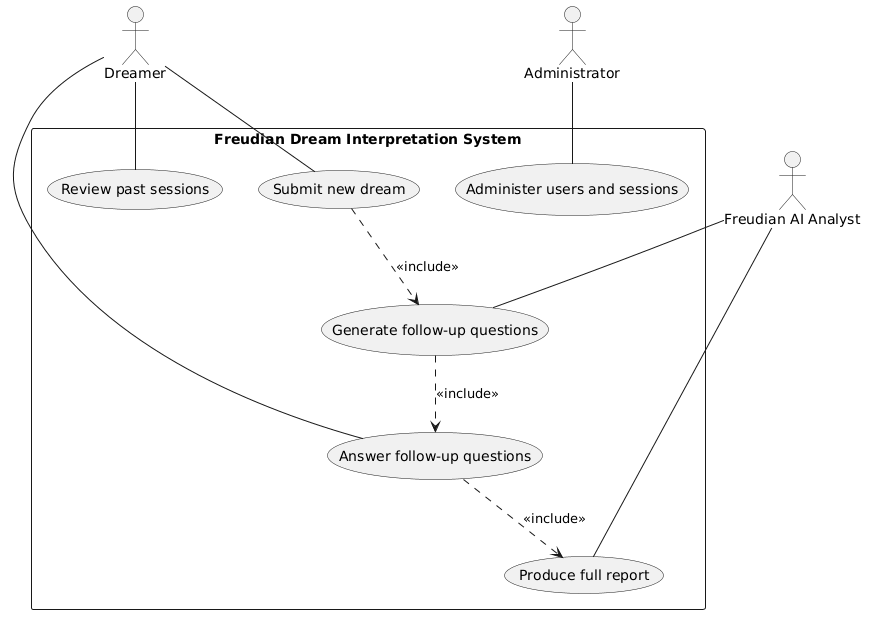
Earlier version of the PlantUML export artifacts/artifacts/diagrams/use_case_diagram.png (wenda-qi24/dts114CW).
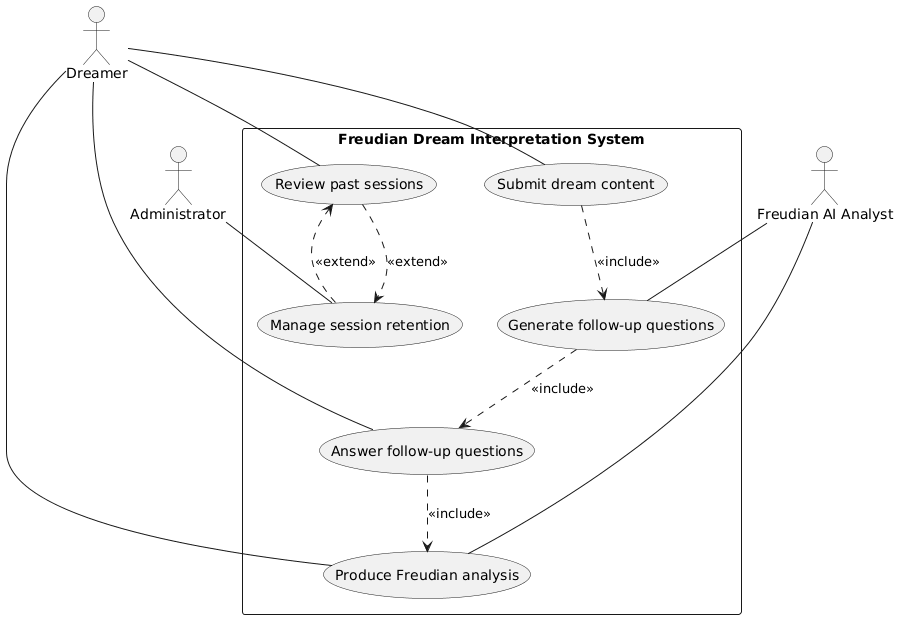
The same file after the commit.

What changed in the source:
```diff
@@ -4,24 +4,28 @@
 actor Administrator
 
 rectangle "Freudian Dream Interpretation System" {
-  usecase "Submit new dream" as SubmitNewDream
-  usecase "Generate follow-up questions" as GenerateFollowUpQuestions
-  usecase "Answer follow-up questions" as AnswerFollowUpQuestions
-  usecase "Produce full report" as ProduceFullReport
-  usecase "Review past sessions" as ReviewPastSessions
-  usecase "Administer users and sessions" as AdministerUsersAndSessions
+  usecase "Submit dream content" as SubmitDream
+  usecase "Generate follow-up questions" as GenerateQuestions
+  usecase "Answer follow-up questions" as AnswerQuestions
+  usecase "Produce Freudian analysis" as ProduceAnalysis
+  usecase "Review past sessions" as ReviewSessions
+  usecase "Manage session retention" as ManageRetention
 }
 
-Dreamer -- SubmitNewDream
-Dreamer -- AnswerFollowUpQuestions
-Dreamer -- ReviewPastSessions
+Dreamer -- SubmitDream
+Dreamer -- AnswerQuestions
+Dreamer -- ProduceAnalysis
+Dreamer -- ReviewSessions
 
-FreudianAIAnalyst -- GenerateFollowUpQuestions
-FreudianAIAnalyst -- ProduceFullReport
+FreudianAIAnalyst -- GenerateQuestions
+FreudianAIAnalyst -- ProduceAnalysis
 
-Administrator -- AdministerUsersAndSessions
+Administrator -- ManageRetention
 
-SubmitNewDream ..> GenerateFollowUpQuestions : <<include>>
-GenerateFollowUpQuestions ..> AnswerFollowUpQuestions : <<include>>
-AnswerFollowUpQuestions ..> ProduceFullReport : <<include>>
+SubmitDream ..> GenerateQuestions : <<include>>
+GenerateQuestions ..> AnswerQuestions : <<include>>
+AnswerQuestions ..> ProduceAnalysis : <<include>>
+
+ReviewSessions ..> ManageRetention : <<extend>>
+ManageRetention ..> ReviewSessions : <<extend>>
 @enduml
```
